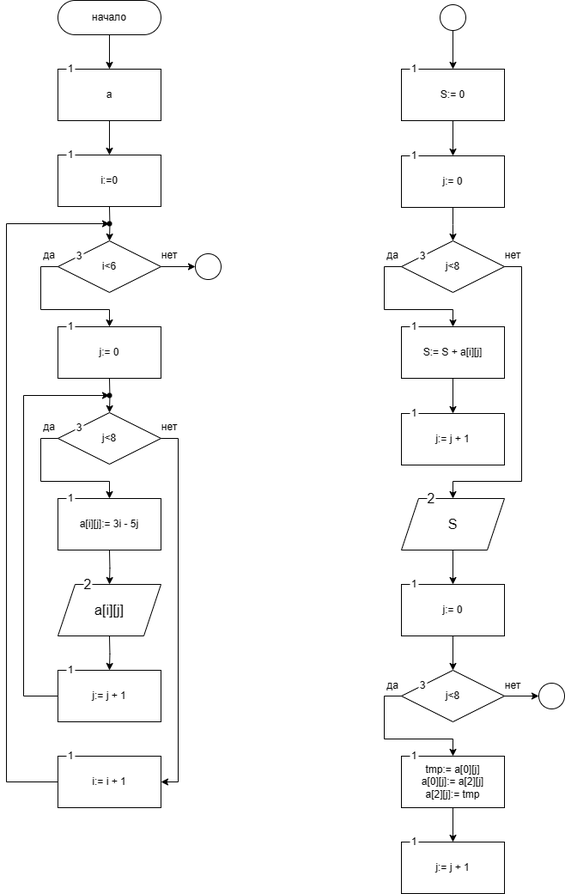
This is l2t2.png from H33MP/rsue, a draw.io export, as it was before one commit. Source tidied: cells renumbered, new cells last; positions are measured from the earlier drawing's top-left corner, leaving out a move shared by most shapes.
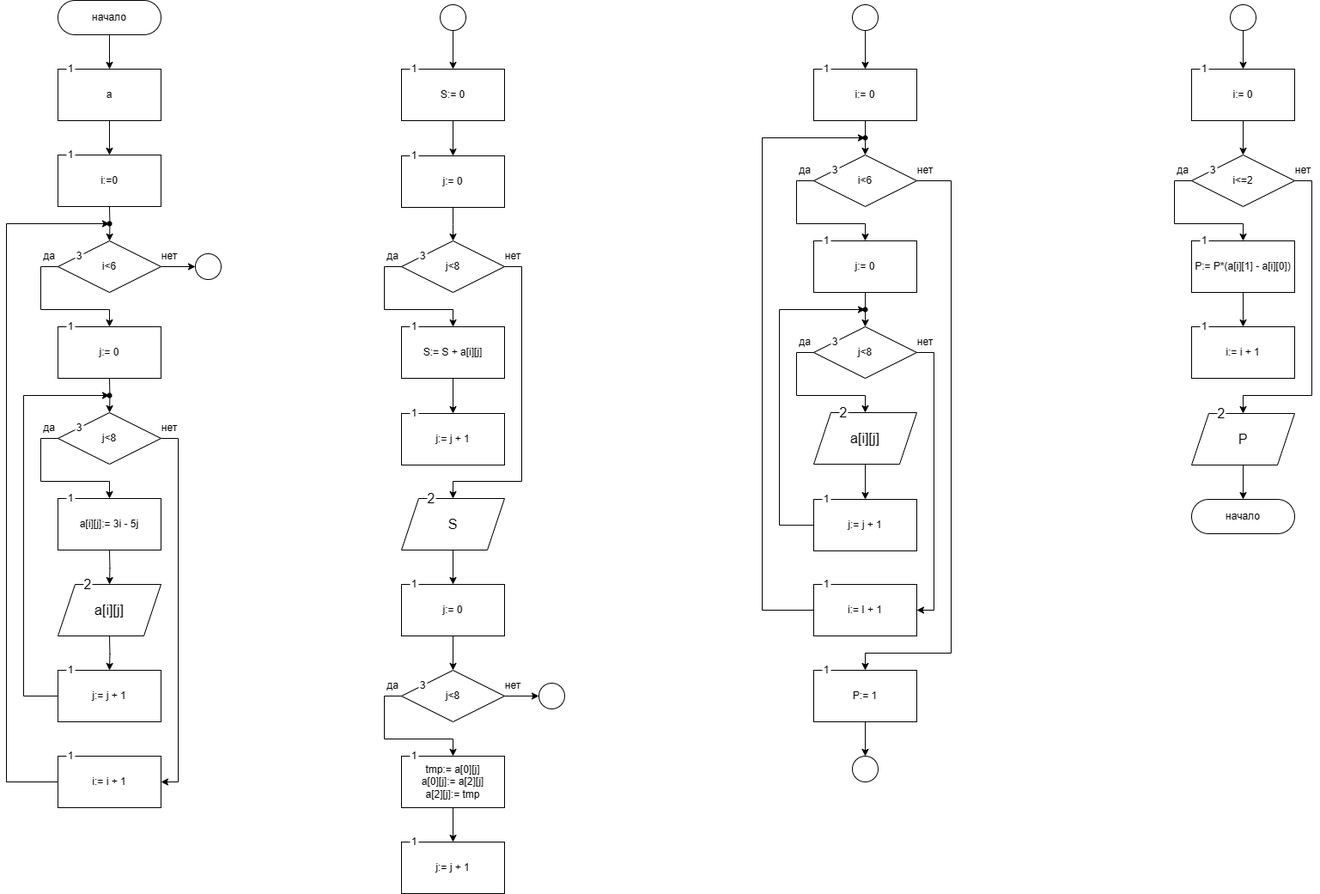
The same diagram one commit later.

The edit, as a diff of the source:
```diff
@@ -345,5 +345,254 @@
     <mxCell id="95" style="edgeStyle=orthogonalEdgeStyle;rounded=0;jettySize=auto;html=1;" parent="1" edge="1" source="78" target="94">
       <mxGeometry relative="1" as="geometry" />
     </mxCell>
+    <mxCell id="96" style="edgeStyle=orthogonalEdgeStyle;rounded=0;jettySize=auto;html=1;" parent="1" edge="1" source="97" target="99">
+      <mxGeometry relative="1" as="geometry" />
+    </mxCell>
+    <mxCell id="97" style="ellipse;whiteSpace=wrap;html=1;" parent="1" vertex="1">
+      <mxGeometry x="985" y="5" width="30" height="30" as="geometry" />
+    </mxCell>
+    <mxCell id="98" style="group;" parent="1" vertex="1">
+      <mxGeometry x="940" y="75" width="120" height="65" as="geometry" />
+    </mxCell>
+    <mxCell id="99" value="i:= 0" style="rounded=0;whiteSpace=wrap;html=1;" parent="98" vertex="1">
+      <mxGeometry y="5" width="120" height="60" as="geometry" />
+    </mxCell>
+    <mxCell id="100" value="1" style="text;html=1;strokeColor=none;fillColor=default;align=center;verticalAlign=middle;whiteSpace=wrap;rounded=0;" parent="98" vertex="1">
+      <mxGeometry x="10" width="10" height="10" as="geometry" />
+    </mxCell>
+    <mxCell id="101" style="group;" parent="1" vertex="1">
+      <mxGeometry x="920" y="180" width="160" height="60" as="geometry" />
+    </mxCell>
+    <mxCell id="102" value="i&amp;lt;6" style="rhombus;whiteSpace=wrap;html=1;" parent="101" vertex="1">
+      <mxGeometry x="20" width="120" height="60" as="geometry" />
+    </mxCell>
+    <mxCell id="103" value="да" style="text;html=1;strokeColor=none;fillColor=none;align=center;verticalAlign=middle;whiteSpace=wrap;rounded=0;" parent="101" vertex="1">
+      <mxGeometry y="10" width="20" height="15" as="geometry" />
+    </mxCell>
+    <mxCell id="104" value="нет" style="text;html=1;strokeColor=none;fillColor=none;align=center;verticalAlign=middle;whiteSpace=wrap;rounded=0;" parent="101" vertex="1">
+      <mxGeometry x="140" y="10" width="20" height="15" as="geometry" />
+    </mxCell>
+    <mxCell id="105" value="3" style="text;html=1;strokeColor=none;fillColor=default;align=center;verticalAlign=middle;whiteSpace=wrap;rounded=0;" parent="101" vertex="1">
+      <mxGeometry x="40" y="13" width="10" height="10" as="geometry" />
+    </mxCell>
+    <mxCell id="106" style="edgeStyle=orthogonalEdgeStyle;rounded=0;jettySize=auto;html=1;entryX=0.5;entryY=0;entryDx=0;entryDy=0;" parent="1" edge="1" source="99" target="102">
+      <mxGeometry relative="1" as="geometry" />
+    </mxCell>
+    <mxCell id="107" style="group;" parent="1" vertex="1">
+      <mxGeometry x="940" y="275" width="120" height="65" as="geometry" />
+    </mxCell>
+    <mxCell id="108" value="j:= 0" style="rounded=0;whiteSpace=wrap;html=1;" parent="107" vertex="1">
+      <mxGeometry y="5" width="120" height="60" as="geometry" />
+    </mxCell>
+    <mxCell id="109" value="1" style="text;html=1;strokeColor=none;fillColor=default;align=center;verticalAlign=middle;whiteSpace=wrap;rounded=0;" parent="107" vertex="1">
+      <mxGeometry x="10" width="10" height="10" as="geometry" />
+    </mxCell>
+    <mxCell id="110" style="group;" parent="1" vertex="1">
+      <mxGeometry x="920" y="380" width="160" height="60" as="geometry" />
+    </mxCell>
+    <mxCell id="111" value="j&amp;lt;8" style="rhombus;whiteSpace=wrap;html=1;" parent="110" vertex="1">
+      <mxGeometry x="20" width="120" height="60" as="geometry" />
+    </mxCell>
+    <mxCell id="112" value="да" style="text;html=1;strokeColor=none;fillColor=none;align=center;verticalAlign=middle;whiteSpace=wrap;rounded=0;" parent="110" vertex="1">
+      <mxGeometry y="10" width="20" height="15" as="geometry" />
+    </mxCell>
+    <mxCell id="113" value="нет" style="text;html=1;strokeColor=none;fillColor=none;align=center;verticalAlign=middle;whiteSpace=wrap;rounded=0;" parent="110" vertex="1">
+      <mxGeometry x="140" y="10" width="20" height="15" as="geometry" />
+    </mxCell>
+    <mxCell id="114" value="3" style="text;html=1;strokeColor=none;fillColor=default;align=center;verticalAlign=middle;whiteSpace=wrap;rounded=0;" parent="110" vertex="1">
+      <mxGeometry x="40" y="13" width="10" height="10" as="geometry" />
+    </mxCell>
+    <mxCell id="115" style="group;fontSize=16;" parent="1" vertex="1">
+      <mxGeometry x="940" y="475" width="120" height="65" as="geometry" />
+    </mxCell>
+    <mxCell id="116" value="a[i][j]" style="shape=parallelogram;perimeter=parallelogramPerimeter;whiteSpace=wrap;html=1;fixedSize=1;fontSize=16;" parent="115" vertex="1">
+      <mxGeometry y="5" width="120" height="60" as="geometry" />
+    </mxCell>
+    <mxCell id="117" value="2" style="text;html=1;strokeColor=none;fillColor=default;align=center;verticalAlign=middle;whiteSpace=wrap;rounded=0;fontSize=16;" parent="115" vertex="1">
+      <mxGeometry x="30" width="10" height="10" as="geometry" />
+    </mxCell>
+    <mxCell id="118" style="group;" parent="1" vertex="1">
+      <mxGeometry x="940" y="576" width="120" height="65" as="geometry" />
+    </mxCell>
+    <mxCell id="119" value="j:= j + 1" style="rounded=0;whiteSpace=wrap;html=1;" parent="118" vertex="1">
+      <mxGeometry y="5" width="120" height="60" as="geometry" />
+    </mxCell>
+    <mxCell id="120" value="1" style="text;html=1;strokeColor=none;fillColor=default;align=center;verticalAlign=middle;whiteSpace=wrap;rounded=0;" parent="118" vertex="1">
+      <mxGeometry x="10" width="10" height="10" as="geometry" />
+    </mxCell>
+    <mxCell id="121" style="edgeStyle=orthogonalEdgeStyle;rounded=0;jettySize=auto;html=1;" parent="1" edge="1" source="116" target="119">
+      <mxGeometry relative="1" as="geometry" />
+    </mxCell>
+    <mxCell id="122" style="group;" parent="1" vertex="1">
+      <mxGeometry x="940" y="675" width="120" height="65" as="geometry" />
+    </mxCell>
+    <mxCell id="123" value="i:= I + 1" style="rounded=0;whiteSpace=wrap;html=1;" parent="122" vertex="1">
+      <mxGeometry y="5" width="120" height="60" as="geometry" />
+    </mxCell>
+    <mxCell id="124" value="1" style="text;html=1;strokeColor=none;fillColor=default;align=center;verticalAlign=middle;whiteSpace=wrap;rounded=0;" parent="122" vertex="1">
+      <mxGeometry x="10" width="10" height="10" as="geometry" />
+    </mxCell>
+    <mxCell id="125" style="group;" parent="1" vertex="1">
+      <mxGeometry x="940" y="775" width="120" height="65" as="geometry" />
+    </mxCell>
+    <mxCell id="126" value="P:= 1" style="rounded=0;whiteSpace=wrap;html=1;" parent="125" vertex="1">
+      <mxGeometry y="5" width="120" height="60" as="geometry" />
+    </mxCell>
+    <mxCell id="127" value="1" style="text;html=1;strokeColor=none;fillColor=default;align=center;verticalAlign=middle;whiteSpace=wrap;rounded=0;" parent="125" vertex="1">
+      <mxGeometry x="10" width="10" height="10" as="geometry" />
+    </mxCell>
+    <mxCell id="128" style="ellipse;whiteSpace=wrap;html=1;" parent="1" vertex="1">
+      <mxGeometry x="985" y="880" width="30" height="30" as="geometry" />
+    </mxCell>
+    <mxCell id="129" style="edgeStyle=orthogonalEdgeStyle;rounded=0;jettySize=auto;html=1;" parent="1" edge="1" source="126" target="128">
+      <mxGeometry relative="1" as="geometry" />
+    </mxCell>
+    <mxCell id="130" style="edgeStyle=orthogonalEdgeStyle;rounded=0;jettySize=auto;html=1;" parent="1" edge="1" source="102" target="108">
+      <mxGeometry relative="1" as="geometry">
+        <Array as="points">
+          <mxPoint x="920" y="210" />
+          <mxPoint x="920" y="260" />
+          <mxPoint x="1000" y="260" />
+        </Array>
+      </mxGeometry>
+    </mxCell>
+    <mxCell id="131" style="edgeStyle=orthogonalEdgeStyle;rounded=0;jettySize=auto;html=1;entryX=0.5;entryY=0;entryDx=0;entryDy=0;" parent="1" edge="1" source="102" target="126">
+      <mxGeometry relative="1" as="geometry">
+        <Array as="points">
+          <mxPoint x="1100" y="210" />
+          <mxPoint x="1100" y="760" />
+          <mxPoint x="1000" y="760" />
+        </Array>
+      </mxGeometry>
+    </mxCell>
+    <mxCell id="132" style="edgeStyle=orthogonalEdgeStyle;rounded=0;jettySize=auto;html=1;entryX=0.5;entryY=0;entryDx=0;entryDy=0;" parent="1" edge="1" source="108" target="111">
+      <mxGeometry relative="1" as="geometry" />
+    </mxCell>
+    <mxCell id="133" style="edgeStyle=orthogonalEdgeStyle;rounded=0;jettySize=auto;html=1;entryX=0.5;entryY=0;entryDx=0;entryDy=0;" parent="1" edge="1" source="111" target="116">
+      <mxGeometry relative="1" as="geometry">
+        <Array as="points">
+          <mxPoint x="920" y="410" />
+          <mxPoint x="920" y="460" />
+          <mxPoint x="1000" y="460" />
+        </Array>
+      </mxGeometry>
+    </mxCell>
+    <mxCell id="134" style="edgeStyle=orthogonalEdgeStyle;rounded=0;jettySize=auto;html=1;entryX=1;entryY=0.5;entryDx=0;entryDy=0;" parent="1" edge="1" source="111" target="123">
+      <mxGeometry relative="1" as="geometry">
+        <Array as="points">
+          <mxPoint x="1080" y="410" />
+          <mxPoint x="1080" y="710" />
+        </Array>
+      </mxGeometry>
+    </mxCell>
+    <mxCell id="135" style="shape=waypoint;sketch=0;size=6;points=[];fillColor=default;perimeter=centerPerimeter;snapToPoint=1;rounded=0;" parent="1" vertex="1">
+      <mxGeometry x="990" y="350" width="20" height="20" as="geometry" />
+    </mxCell>
+    <mxCell id="136" style="edgeStyle=orthogonalEdgeStyle;rounded=0;jettySize=auto;html=1;" parent="1" edge="1" source="119" target="135">
+      <mxGeometry relative="1" as="geometry">
+        <Array as="points">
+          <mxPoint x="900" y="611" />
+          <mxPoint x="900" y="360" />
+        </Array>
+      </mxGeometry>
+    </mxCell>
+    <mxCell id="137" style="shape=waypoint;sketch=0;size=6;points=[];fillColor=default;perimeter=centerPerimeter;snapToPoint=1;rounded=0;" parent="1" vertex="1">
+      <mxGeometry x="990" y="150" width="20" height="20" as="geometry" />
+    </mxCell>
+    <mxCell id="138" style="edgeStyle=orthogonalEdgeStyle;rounded=0;jettySize=auto;html=1;" parent="1" edge="1" source="123" target="137">
+      <mxGeometry relative="1" as="geometry">
+        <Array as="points">
+          <mxPoint x="880" y="710" />
+          <mxPoint x="880" y="160" />
+        </Array>
+      </mxGeometry>
+    </mxCell>
+    <mxCell id="139" style="edgeStyle=orthogonalEdgeStyle;rounded=0;jettySize=auto;html=1;" parent="1" edge="1" source="140" target="142">
+      <mxGeometry relative="1" as="geometry" />
+    </mxCell>
+    <mxCell id="140" style="ellipse;whiteSpace=wrap;html=1;" parent="1" vertex="1">
+      <mxGeometry x="1425" y="5" width="30" height="30" as="geometry" />
+    </mxCell>
+    <mxCell id="141" style="group;" parent="1" vertex="1">
+      <mxGeometry x="1380" y="75" width="120" height="65" as="geometry" />
+    </mxCell>
+    <mxCell id="142" value="i:= 0" style="rounded=0;whiteSpace=wrap;html=1;" parent="141" vertex="1">
+      <mxGeometry y="5" width="120" height="60" as="geometry" />
+    </mxCell>
+    <mxCell id="143" value="1" style="text;html=1;strokeColor=none;fillColor=default;align=center;verticalAlign=middle;whiteSpace=wrap;rounded=0;" parent="141" vertex="1">
+      <mxGeometry x="10" width="10" height="10" as="geometry" />
+    </mxCell>
+    <mxCell id="144" style="group;" parent="1" vertex="1">
+      <mxGeometry x="1360" y="180" width="160" height="60" as="geometry" />
+    </mxCell>
+    <mxCell id="145" value="i&amp;lt;=2" style="rhombus;whiteSpace=wrap;html=1;" parent="144" vertex="1">
+      <mxGeometry x="20" width="120" height="60" as="geometry" />
+    </mxCell>
+    <mxCell id="146" value="да" style="text;html=1;strokeColor=none;fillColor=none;align=center;verticalAlign=middle;whiteSpace=wrap;rounded=0;" parent="144" vertex="1">
+      <mxGeometry y="10" width="20" height="15" as="geometry" />
+    </mxCell>
+    <mxCell id="147" value="нет" style="text;html=1;strokeColor=none;fillColor=none;align=center;verticalAlign=middle;whiteSpace=wrap;rounded=0;" parent="144" vertex="1">
+      <mxGeometry x="140" y="10" width="20" height="15" as="geometry" />
+    </mxCell>
+    <mxCell id="148" value="3" style="text;html=1;strokeColor=none;fillColor=default;align=center;verticalAlign=middle;whiteSpace=wrap;rounded=0;" parent="144" vertex="1">
+      <mxGeometry x="40" y="13" width="10" height="10" as="geometry" />
+    </mxCell>
+    <mxCell id="149" style="edgeStyle=orthogonalEdgeStyle;rounded=0;jettySize=auto;html=1;entryX=0.5;entryY=0;entryDx=0;entryDy=0;" parent="1" edge="1" source="142" target="145">
+      <mxGeometry relative="1" as="geometry" />
+    </mxCell>
+    <mxCell id="150" style="group;" parent="1" vertex="1">
+      <mxGeometry x="1380" y="275" width="120" height="65" as="geometry" />
+    </mxCell>
+    <mxCell id="151" value="P:= P*(a[i][1] - a[i][0])" style="rounded=0;whiteSpace=wrap;html=1;" parent="150" vertex="1">
+      <mxGeometry y="5" width="120" height="60" as="geometry" />
+    </mxCell>
+    <mxCell id="152" value="1" style="text;html=1;strokeColor=none;fillColor=default;align=center;verticalAlign=middle;whiteSpace=wrap;rounded=0;" parent="150" vertex="1">
+      <mxGeometry x="10" width="10" height="10" as="geometry" />
+    </mxCell>
+    <mxCell id="153" style="edgeStyle=orthogonalEdgeStyle;rounded=0;jettySize=auto;html=1;entryX=0.5;entryY=0;entryDx=0;entryDy=0;" parent="1" edge="1" source="145" target="151">
+      <mxGeometry relative="1" as="geometry">
+        <Array as="points">
+          <mxPoint x="1360" y="210" />
+          <mxPoint x="1360" y="260" />
+          <mxPoint x="1440" y="260" />
+        </Array>
+      </mxGeometry>
+    </mxCell>
+    <mxCell id="154" style="group;" parent="1" vertex="1">
+      <mxGeometry x="1380" y="375" width="120" height="65" as="geometry" />
+    </mxCell>
+    <mxCell id="155" value="i:= i + 1" style="rounded=0;whiteSpace=wrap;html=1;" parent="154" vertex="1">
+      <mxGeometry y="5" width="120" height="60" as="geometry" />
+    </mxCell>
+    <mxCell id="156" value="1" style="text;html=1;strokeColor=none;fillColor=default;align=center;verticalAlign=middle;whiteSpace=wrap;rounded=0;" parent="154" vertex="1">
+      <mxGeometry x="10" width="10" height="10" as="geometry" />
+    </mxCell>
+    <mxCell id="157" style="edgeStyle=orthogonalEdgeStyle;rounded=0;jettySize=auto;html=1;" parent="1" edge="1" source="151" target="155">
+      <mxGeometry relative="1" as="geometry" />
+    </mxCell>
+    <mxCell id="158" style="group;fontSize=16;" parent="1" vertex="1">
+      <mxGeometry x="1380" y="476" width="120" height="65" as="geometry" />
+    </mxCell>
+    <mxCell id="159" value="P" style="shape=parallelogram;perimeter=parallelogramPerimeter;whiteSpace=wrap;html=1;fixedSize=1;fontSize=16;" parent="158" vertex="1">
+      <mxGeometry y="5" width="120" height="60" as="geometry" />
+    </mxCell>
+    <mxCell id="160" value="2" style="text;html=1;strokeColor=none;fillColor=default;align=center;verticalAlign=middle;whiteSpace=wrap;rounded=0;fontSize=16;" parent="158" vertex="1">
+      <mxGeometry x="30" width="10" height="10" as="geometry" />
+    </mxCell>
+    <mxCell id="161" style="edgeStyle=orthogonalEdgeStyle;rounded=0;jettySize=auto;html=1;entryX=0.5;entryY=0;entryDx=0;entryDy=0;" parent="1" edge="1" source="145" target="159">
+      <mxGeometry relative="1" as="geometry">
+        <Array as="points">
+          <mxPoint x="1520" y="210" />
+          <mxPoint x="1520" y="460" />
+          <mxPoint x="1440" y="460" />
+        </Array>
+      </mxGeometry>
+    </mxCell>
+    <mxCell id="162" value="начало" style="rounded=1;whiteSpace=wrap;html=1;arcSize=50;" parent="1" vertex="1">
+      <mxGeometry x="1380" y="581" width="120" height="40" as="geometry" />
+    </mxCell>
+    <mxCell id="163" style="edgeStyle=orthogonalEdgeStyle;rounded=0;jettySize=auto;html=1;" parent="1" edge="1" source="159" target="162">
+      <mxGeometry relative="1" as="geometry" />
+    </mxCell>
   </root>
 </mxGraphModel>
```
